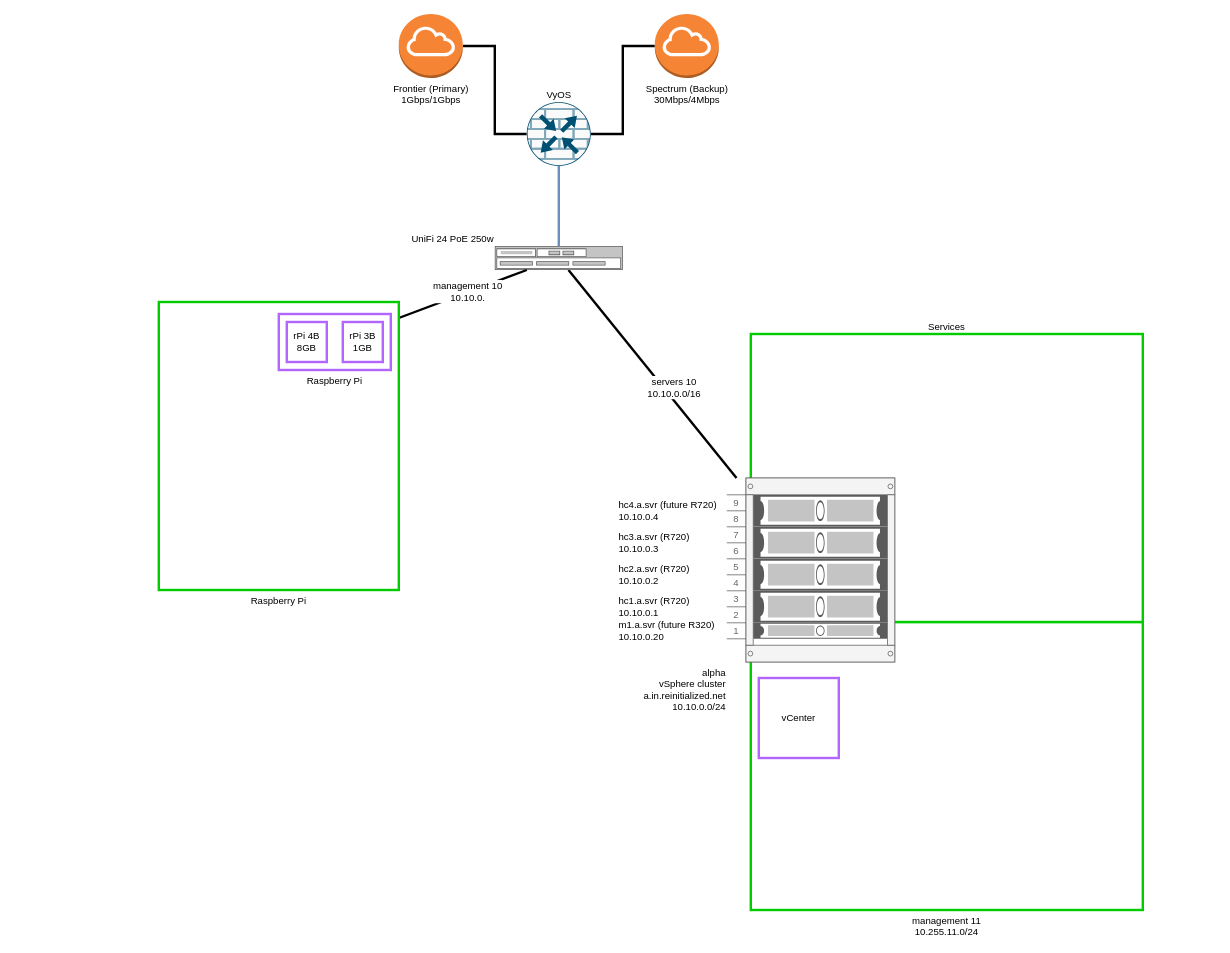
The draw.io diagram network map.drawio in reinitialized-studio/reinitialized.net, before the edit. Source tidied: cells renumbered, new cells numbered last; positions are measured from the earlier drawing's top-left corner, leaving out a move shared by most shapes. Both pictures are drawn from the tidied source at 80%, with x=0, y=0 at pixel (158, 14).
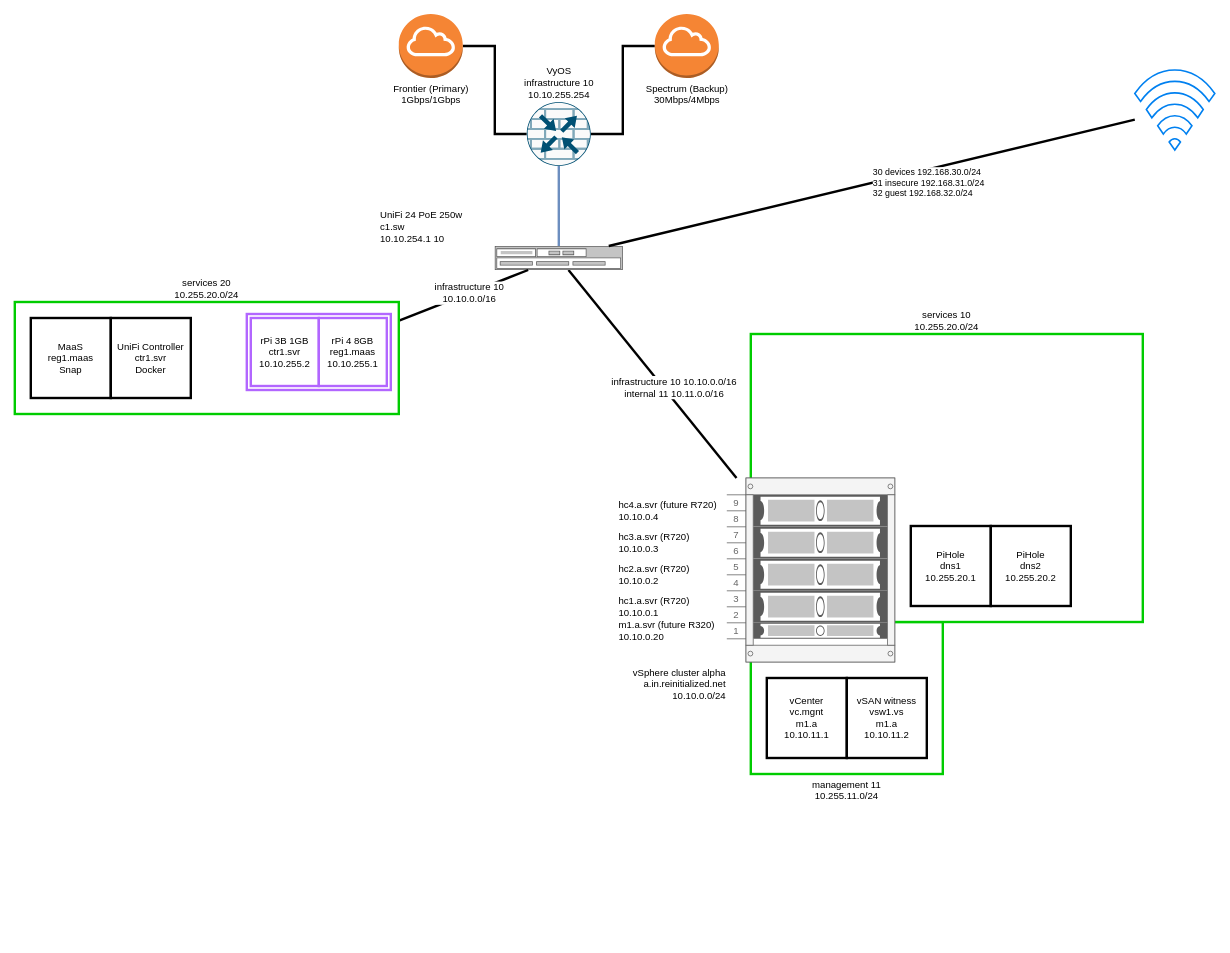
Above is the later version.

Commit message:
- defining vlans across connections - beginning wireless map

Unchanged cells that the change refers to:
```xml
<mxCell id="10" style="edgeStyle=none;rounded=0;jettySize=auto;html=1;endArrow=none;endFill=0;strokeWidth=3;fontFamily=Comic Sans MS;fontSize=12;fontColor=#000000;" parent="1" edge="1" source="12" target="19">
  <mxGeometry relative="1" as="geometry" />
</mxCell>
<mxCell id="13" style="edgeStyle=none;rounded=0;jettySize=auto;html=1;endArrow=none;endFill=0;strokeWidth=3;fontFamily=Helvetica;fontSize=12;fontColor=#000000;" parent="1" edge="1" source="16" target="12">
  <mxGeometry relative="1" as="geometry" />
</mxCell>
```

What changed in the source:
```diff
@@
     <mxCell id="2" value="management 11&lt;br&gt;10.255.11.0/24" style="rounded=0;whiteSpace=wrap;html=1;fontFamily=Helvetica;fontSize=12;strokeWidth=3;labelBackgroundColor=#ffffff;labelPosition=center;verticalLabelPosition=bottom;align=center;verticalAlign=top;strokeColor=#00CC00;" parent="1" vertex="1">
-      <mxGeometry x="740" y="760" width="490" height="360" as="geometry" />
+      <mxGeometry x="740" y="760" width="240" height="190" as="geometry" />
     </mxCell>
-    <mxCell id="3" value="Services" style="rounded=0;whiteSpace=wrap;html=1;fontFamily=Helvetica;fontSize=12;strokeWidth=3;labelBackgroundColor=#ffffff;labelPosition=center;verticalLabelPosition=top;align=center;verticalAlign=bottom;strokeColor=#00CC00;" parent="1" vertex="1">
+    <mxCell id="3" value="services 10&lt;br&gt;10.255.20.0/24" style="rounded=0;whiteSpace=wrap;html=1;fontFamily=Helvetica;fontSize=12;strokeWidth=3;labelBackgroundColor=#ffffff;labelPosition=center;verticalLabelPosition=top;align=center;verticalAlign=bottom;strokeColor=#00CC00;" parent="1" vertex="1">
       <mxGeometry x="740" y="400" width="490" height="360" as="geometry" />
     </mxCell>
@@
-    <mxCell id="9" value="VyOS" style="points=[[0.5,0,0],[1,0.5,0],[0.5,1,0],[0,0.5,0],[0.145,0.145,0],[0.8555,0.145,0],[0.855,0.8555,0],[0.145,0.855,0]];verticalLabelPosition=top;html=1;verticalAlign=bottom;align=center;shape=mxgraph.cisco19.rect;prIcon=router_with_firewall;fillColor=#FAFAFA;strokeColor=#005073;labelPosition=center;fontStyle=0;fontSize=12;fontFamily=Helvetica;" parent="1" vertex="1">
+    <mxCell id="9" value="VyOS&lt;br&gt;infrastructure 10&lt;br&gt;10.10.255.254" style="points=[[0.5,0,0],[1,0.5,0],[0.5,1,0],[0,0.5,0],[0.145,0.145,0],[0.8555,0.145,0],[0.855,0.8555,0],[0.145,0.855,0]];verticalLabelPosition=top;html=1;verticalAlign=bottom;align=center;shape=mxgraph.cisco19.rect;prIcon=router_with_firewall;fillColor=#FAFAFA;strokeColor=#005073;labelPosition=center;fontStyle=0;fontSize=12;fontFamily=Helvetica;" parent="1" vertex="1">
       <mxGeometry x="460" y="110" width="80" height="80" as="geometry" />
     </mxCell>
@@
-    <mxCell id="11" value="servers 10&lt;br&gt;10.10.0.0/16" style="edgeLabel;html=1;align=center;verticalAlign=bottom;fontSize=12;fontFamily=Helvetica;fontColor=#000000;labelPosition=center;verticalLabelPosition=top;" parent="10" vertex="1">
+    <mxCell id="11" value="infrastructure 10 10.10.0.0/16&lt;br&gt;internal 11 10.11.0.0/16&lt;br&gt;" style="edgeLabel;html=1;align=center;verticalAlign=bottom;fontSize=12;fontFamily=Helvetica;fontColor=#000000;labelPosition=center;verticalLabelPosition=top;" parent="10" vertex="1">
       <mxGeometry x="0.25" relative="1" as="geometry" />
     </mxCell>
-    <mxCell id="12" value="UniFi 24 PoE 250w" style="strokeColor=#666666;html=1;labelPosition=left;align=right;spacingLeft=15;shadow=0;dashed=0;outlineConnect=0;shape=mxgraph.rack.general.switches_1;perimeterSpacing=0;verticalLabelPosition=top;verticalAlign=bottom;" parent="1" vertex="1">
+    <mxCell id="12" value="UniFi 24 PoE 250w&lt;br&gt;c1.sw&lt;br&gt;10.10.254.1 10" style="strokeColor=#666666;html=1;labelPosition=left;align=left;spacingLeft=15;shadow=0;dashed=0;outlineConnect=0;shape=mxgraph.rack.general.switches_1;perimeterSpacing=0;verticalLabelPosition=top;verticalAlign=bottom;" parent="1" vertex="1">
       <mxGeometry x="420" y="290" width="160" height="30" as="geometry" />
     </mxCell>
@@
-    <mxCell id="14" value="management 10&lt;br&gt;10.10.0." style="edgeLabel;html=1;align=center;verticalAlign=middle;fontSize=12;fontFamily=Helvetica;fontColor=#000000;" parent="13" vertex="1">
+    <mxCell id="14" value="infrastructure 10&lt;br&gt;10.10.0.0/16" style="edgeLabel;html=1;align=center;verticalAlign=middle;fontSize=12;fontFamily=Helvetica;fontColor=#000000;" parent="13" vertex="1">
       <mxGeometry x="0.14" y="2" relative="1" as="geometry">
         <mxPoint y="1" as="offset" />
       </mxGeometry>
     </mxCell>
-    <mxCell id="15" value="Raspberry Pi" style="rounded=0;whiteSpace=wrap;html=1;fontFamily=Helvetica;fontSize=12;strokeWidth=3;labelBackgroundColor=#ffffff;labelPosition=center;verticalLabelPosition=bottom;align=center;verticalAlign=top;strokeColor=#00CC00;" parent="1" vertex="1">
-      <mxGeometry y="360" width="300" height="360" as="geometry" />
+    <mxCell id="15" value="services 20&lt;br&gt;10.255.20.0/24" style="rounded=0;whiteSpace=wrap;html=1;fontFamily=Helvetica;fontSize=12;strokeWidth=3;labelBackgroundColor=#ffffff;labelPosition=center;verticalLabelPosition=top;align=center;verticalAlign=bottom;strokeColor=#00CC00;" parent="1" vertex="1">
+      <mxGeometry x="-180" y="360" width="480" height="140" as="geometry" />
     </mxCell>
-    <mxCell id="16" value="Raspberry Pi" style="rounded=0;whiteSpace=wrap;html=1;fontFamily=Helvetica;fontSize=12;strokeColor=#B266FF;strokeWidth=3;labelBackgroundColor=#ffffff;labelPosition=center;verticalLabelPosition=bottom;align=center;verticalAlign=top;" parent="1" vertex="1">
-      <mxGeometry x="150" y="375" width="140" height="70" as="geometry" />
+    <mxCell id="16" style="rounded=0;whiteSpace=wrap;html=1;fontFamily=Helvetica;fontSize=12;strokeColor=#B266FF;strokeWidth=3;labelBackgroundColor=#ffffff;labelPosition=center;verticalLabelPosition=bottom;align=center;verticalAlign=top;" parent="1" vertex="1">
+      <mxGeometry x="110" y="375" width="180" height="95" as="geometry" />
     </mxCell>
-    <mxCell id="17" value="rPi 4B&lt;br&gt;8GB" style="whiteSpace=wrap;html=1;labelBackgroundColor=#ffffff;strokeColor=#B266FF;strokeWidth=3;fontFamily=Helvetica;fontSize=12;fontColor=#000000;" parent="1" vertex="1">
-      <mxGeometry x="160" y="385" width="50" height="50" as="geometry" />
-    </mxCell>
-    <mxCell id="18" value="rPi 3B&lt;br&gt;1GB" style="whiteSpace=wrap;html=1;labelBackgroundColor=#ffffff;strokeColor=#B266FF;strokeWidth=3;fontFamily=Helvetica;fontSize=12;fontColor=#000000;" parent="1" vertex="1">
-      <mxGeometry x="230" y="385" width="50" height="50" as="geometry" />
-    </mxCell>
-    <mxCell id="19" value="alpha&lt;br&gt;vSphere cluster&lt;br&gt;a.in.reinitialized.net&lt;br&gt;10.10.0.0/24" style="strokeColor=#666666;html=1;verticalLabelPosition=bottom;labelBackgroundColor=#ffffff;verticalAlign=top;outlineConnect=0;shadow=0;dashed=0;shape=mxgraph.rackGeneral.container;fillColor2=#f4f4f4;allowGaps=1;textColor=#666666;numDisp=ascend;labelPosition=left;align=right;" parent="1" vertex="1">
+    <mxCell id="19" value="vSphere cluster alpha&lt;br&gt;a.in.reinitialized.net&lt;br&gt;10.10.0.0/24" style="strokeColor=#666666;html=1;verticalLabelPosition=bottom;labelBackgroundColor=#ffffff;verticalAlign=top;outlineConnect=0;shadow=0;dashed=0;shape=mxgraph.rackGeneral.container;fillColor2=#f4f4f4;allowGaps=1;textColor=#666666;numDisp=ascend;labelPosition=left;align=right;" parent="1" vertex="1">
       <mxGeometry x="710" y="580" width="210" height="230" as="geometry" />
     </mxCell>
@@
-    <mxCell id="25" value="vCenter&lt;br&gt;" style="whiteSpace=wrap;html=1;labelBackgroundColor=#ffffff;strokeColor=#B266FF;strokeWidth=3;fontFamily=Helvetica;fontSize=12;fontColor=#000000;" parent="1" vertex="1">
-      <mxGeometry x="750" y="830" width="100" height="100" as="geometry" />
-    </mxCell>
+    <mxCell id="26" value="rPi 4 8GB&lt;br&gt;reg1.maas&lt;br&gt;10.10.255.1" style="whiteSpace=wrap;html=1;labelBackgroundColor=#ffffff;strokeColor=#B266FF;strokeWidth=3;fontFamily=Helvetica;fontSize=12;fontColor=#000000;" parent="1" vertex="1">
+      <mxGeometry x="200" y="380" width="85" height="85" as="geometry" />
+    </mxCell>
+    <mxCell id="27" value="rPi 3B 1GB&lt;br&gt;ctr1.svr&lt;br&gt;10.10.255.2" style="whiteSpace=wrap;html=1;labelBackgroundColor=#ffffff;strokeColor=#B266FF;strokeWidth=3;fontFamily=Helvetica;fontSize=12;fontColor=#000000;fillColor=none;" parent="1" vertex="1">
+      <mxGeometry x="115" y="380" width="85" height="85" as="geometry" />
+    </mxCell>
+    <mxCell id="28" value="MaaS&lt;br&gt;reg1.maas&lt;br&gt;Snap" style="whiteSpace=wrap;html=1;labelBackgroundColor=#ffffff;strokeWidth=3;fontFamily=Helvetica;fontSize=12;" parent="1" vertex="1">
+      <mxGeometry x="-160" y="380" width="100" height="100" as="geometry" />
+    </mxCell>
+    <mxCell id="29" value="UniFi Controller&lt;br&gt;ctr1.svr&lt;br&gt;Docker" style="whiteSpace=wrap;html=1;labelBackgroundColor=#ffffff;strokeWidth=3;fontFamily=Helvetica;fontSize=12;" parent="1" vertex="1">
+      <mxGeometry x="-60" y="380" width="100" height="100" as="geometry" />
+    </mxCell>
+    <mxCell id="30" value="vCenter&lt;br&gt;vc.mgnt&lt;br&gt;m1.a&lt;br&gt;10.10.11.1" style="whiteSpace=wrap;html=1;labelBackgroundColor=#ffffff;strokeWidth=3;fontFamily=Helvetica;fontSize=12;" parent="1" vertex="1">
+      <mxGeometry x="760" y="830" width="100" height="100" as="geometry" />
+    </mxCell>
+    <mxCell id="31" value="vSAN witness&lt;br&gt;vsw1.vs&lt;br&gt;m1.a&lt;br&gt;10.10.11.2" style="whiteSpace=wrap;html=1;labelBackgroundColor=#ffffff;strokeWidth=3;fontFamily=Helvetica;fontSize=12;" parent="1" vertex="1">
+      <mxGeometry x="860" y="830" width="100" height="100" as="geometry" />
+    </mxCell>
+    <mxCell id="32" value="PiHole&lt;br&gt;dns1&lt;br&gt;10.255.20.1" style="whiteSpace=wrap;html=1;labelBackgroundColor=#ffffff;strokeWidth=3;fontFamily=Helvetica;fontSize=12;" parent="1" vertex="1">
+      <mxGeometry x="940" y="640" width="100" height="100" as="geometry" />
+    </mxCell>
+    <mxCell id="33" value="PiHole&lt;br&gt;dns2&lt;br&gt;10.255.20.2" style="whiteSpace=wrap;html=1;labelBackgroundColor=#ffffff;strokeWidth=3;fontFamily=Helvetica;fontSize=12;" parent="1" vertex="1">
+      <mxGeometry x="1040" y="640" width="100" height="100" as="geometry" />
+    </mxCell>
+    <mxCell id="34" value="30 devices 192.168.30.0/24&lt;br&gt;31 insecure 192.168.31.0/24&lt;br&gt;32 guest 192.168.32.0/24" style="rounded=0;sketch=0;jettySize=auto;html=1;shadow=0;endArrow=none;endFill=0;strokeWidth=3;align=left;" parent="1" edge="1" source="35" target="12">
+      <mxGeometry relative="1" as="geometry" />
+    </mxCell>
+    <mxCell id="35" style="html=1;verticalLabelPosition=bottom;align=center;labelBackgroundColor=#ffffff;verticalAlign=top;strokeWidth=2;strokeColor=#0080F0;shadow=0;dashed=0;shape=mxgraph.ios7.icons.wifi;fillColor=none;" parent="1" vertex="1">
+      <mxGeometry x="1220" y="70" width="100" height="100" as="geometry" />
+    </mxCell>
```
